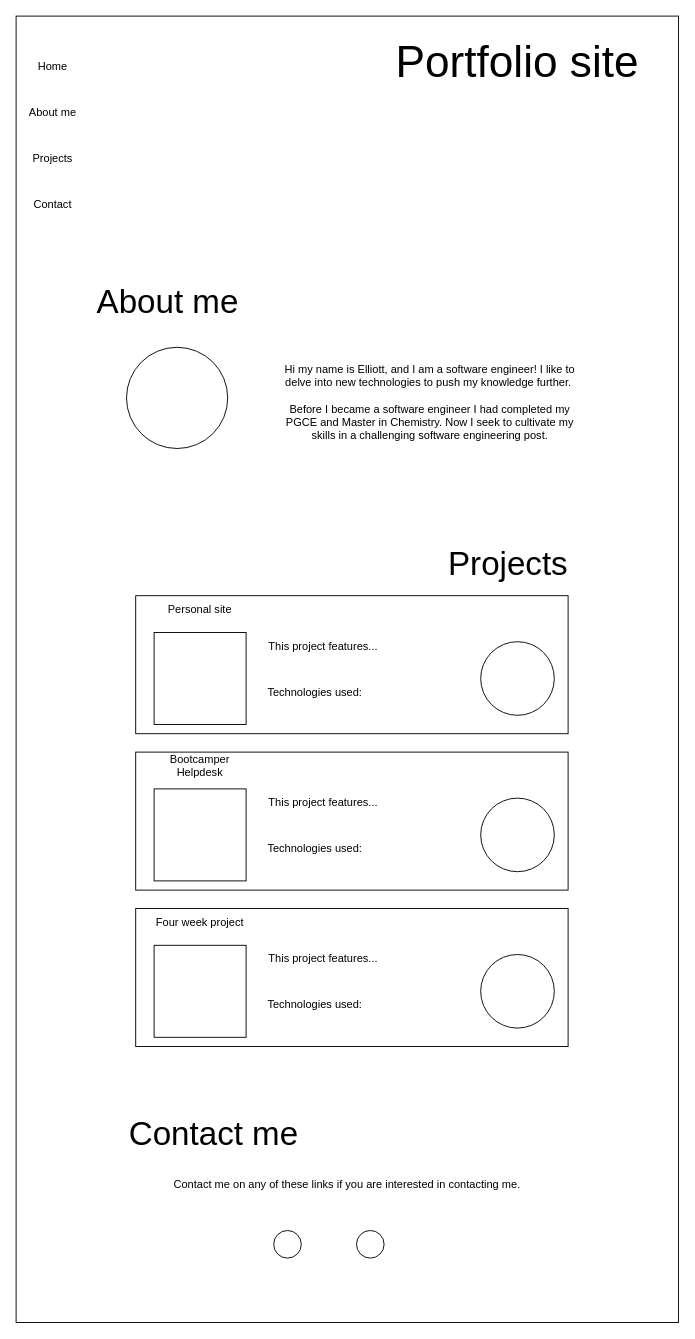
The draw.io diagram planning/wireframe.drawio in Stevens-97/portfolio-site, before the edit. Source tidied: cells renumbered, new cells numbered last; positions are measured from the earlier drawing's top-left corner, leaving out a move shared by most shapes. Both pictures are drawn from the tidied source at 92%, with x=0, y=0 at pixel (16, 16).
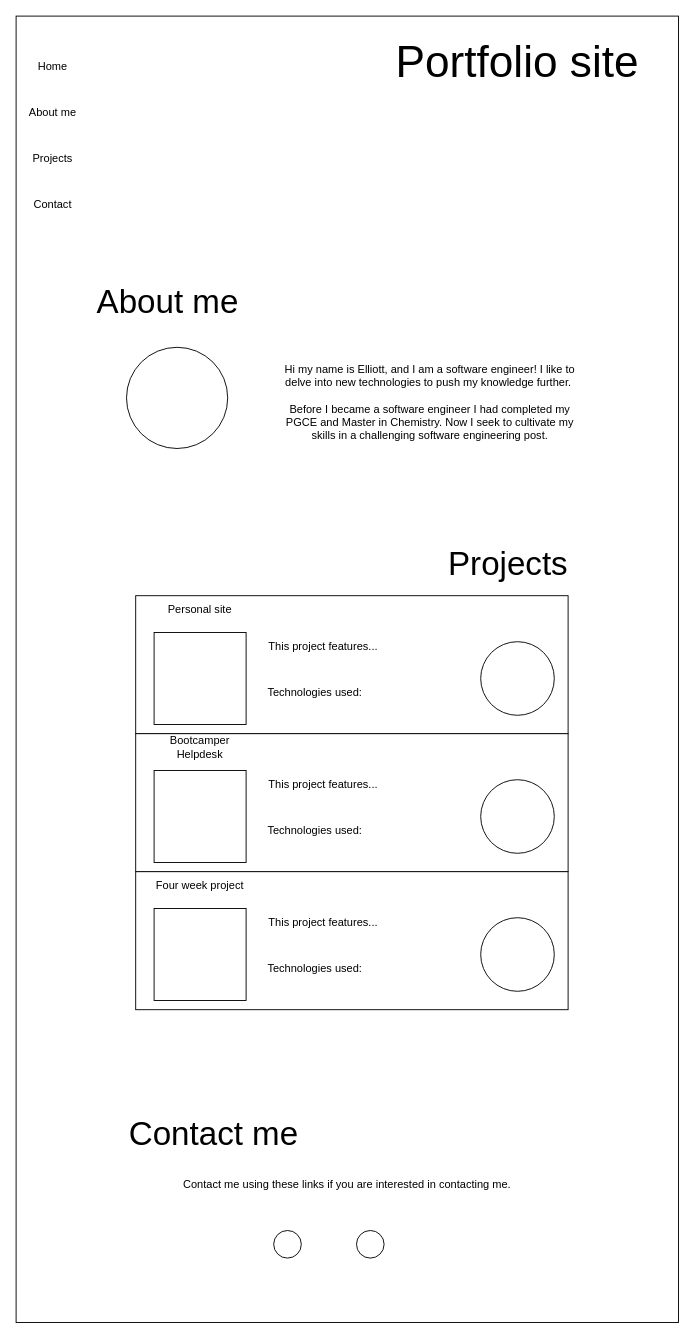
The same diagram, later.

What changed in the source:
```diff
@@
     <mxCell id="18" style="rounded=0;whiteSpace=wrap;html=1;fontSize=48;" parent="1" vertex="1">
-      <mxGeometry x="130" y="800" width="470" height="150" as="geometry" />
+      <mxGeometry x="130" y="780" width="470" height="150" as="geometry" />
     </mxCell>
     <mxCell id="19" value="Bootcamper Helpdesk" style="text;html=1;strokeColor=none;fillColor=none;align=center;verticalAlign=middle;whiteSpace=wrap;rounded=0;" parent="1" vertex="1">
-      <mxGeometry x="150" y="800" width="100" height="30" as="geometry" />
+      <mxGeometry x="150" y="780" width="100" height="30" as="geometry" />
     </mxCell>
     <mxCell id="20" style="whiteSpace=wrap;html=1;fontSize=36;" parent="1" vertex="1">
-      <mxGeometry x="150" y="840" width="100" height="100" as="geometry" />
+      <mxGeometry x="150" y="820" width="100" height="100" as="geometry" />
     </mxCell>
     <mxCell id="21" value="This project features..." style="text;html=1;strokeColor=none;fillColor=none;align=center;verticalAlign=middle;whiteSpace=wrap;rounded=0;" parent="1" vertex="1">
-      <mxGeometry x="259" y="840" width="150" height="30" as="geometry" />
+      <mxGeometry x="259" y="820" width="150" height="30" as="geometry" />
     </mxCell>
     <mxCell id="22" value="Technologies used:" style="text;html=1;strokeColor=none;fillColor=none;align=center;verticalAlign=middle;whiteSpace=wrap;rounded=0;" parent="1" vertex="1">
-      <mxGeometry x="250" y="890" width="150" height="30" as="geometry" />
+      <mxGeometry x="250" y="870" width="150" height="30" as="geometry" />
     </mxCell>
     <mxCell id="23" style="ellipse;whiteSpace=wrap;html=1;fontSize=36;" parent="1" vertex="1">
-      <mxGeometry x="505" y="850" width="80" height="80" as="geometry" />
+      <mxGeometry x="505" y="830" width="80" height="80" as="geometry" />
     </mxCell>
     <mxCell id="24" style="rounded=0;whiteSpace=wrap;html=1;fontSize=48;" parent="1" vertex="1">
-      <mxGeometry x="130" y="970" width="470" height="150" as="geometry" />
+      <mxGeometry x="130" y="930" width="470" height="150" as="geometry" />
     </mxCell>
     <mxCell id="25" value="Four week project" style="text;html=1;strokeColor=none;fillColor=none;align=center;verticalAlign=middle;whiteSpace=wrap;rounded=0;" parent="1" vertex="1">
-      <mxGeometry x="150" y="970" width="100" height="30" as="geometry" />
+      <mxGeometry x="150" y="930" width="100" height="30" as="geometry" />
     </mxCell>
     <mxCell id="26" style="whiteSpace=wrap;html=1;fontSize=36;" parent="1" vertex="1">
-      <mxGeometry x="150" y="1010" width="100" height="100" as="geometry" />
+      <mxGeometry x="150" y="970" width="100" height="100" as="geometry" />
     </mxCell>
     <mxCell id="27" value="This project features..." style="text;html=1;strokeColor=none;fillColor=none;align=center;verticalAlign=middle;whiteSpace=wrap;rounded=0;" parent="1" vertex="1">
-      <mxGeometry x="259" y="1010" width="150" height="30" as="geometry" />
+      <mxGeometry x="259" y="970" width="150" height="30" as="geometry" />
     </mxCell>
     <mxCell id="28" value="Technologies used:" style="text;html=1;strokeColor=none;fillColor=none;align=center;verticalAlign=middle;whiteSpace=wrap;rounded=0;" parent="1" vertex="1">
-      <mxGeometry x="250" y="1060" width="150" height="30" as="geometry" />
+      <mxGeometry x="250" y="1020" width="150" height="30" as="geometry" />
     </mxCell>
     <mxCell id="29" style="ellipse;whiteSpace=wrap;html=1;fontSize=36;" parent="1" vertex="1">
-      <mxGeometry x="505" y="1020" width="80" height="80" as="geometry" />
+      <mxGeometry x="505" y="980" width="80" height="80" as="geometry" />
     </mxCell>
@@
-    <mxCell id="31" value="Contact me on any of these links if you are interested in contacting me." style="text;html=1;strokeColor=none;fillColor=none;align=center;verticalAlign=middle;whiteSpace=wrap;rounded=0;" parent="1" vertex="1">
+    <mxCell id="31" value="Contact me using these links if you are interested in contacting me." style="text;html=1;strokeColor=none;fillColor=none;align=center;verticalAlign=middle;whiteSpace=wrap;rounded=0;" parent="1" vertex="1">
       <mxGeometry x="170" y="1240" width="380" height="60" as="geometry" />
     </mxCell>
```
